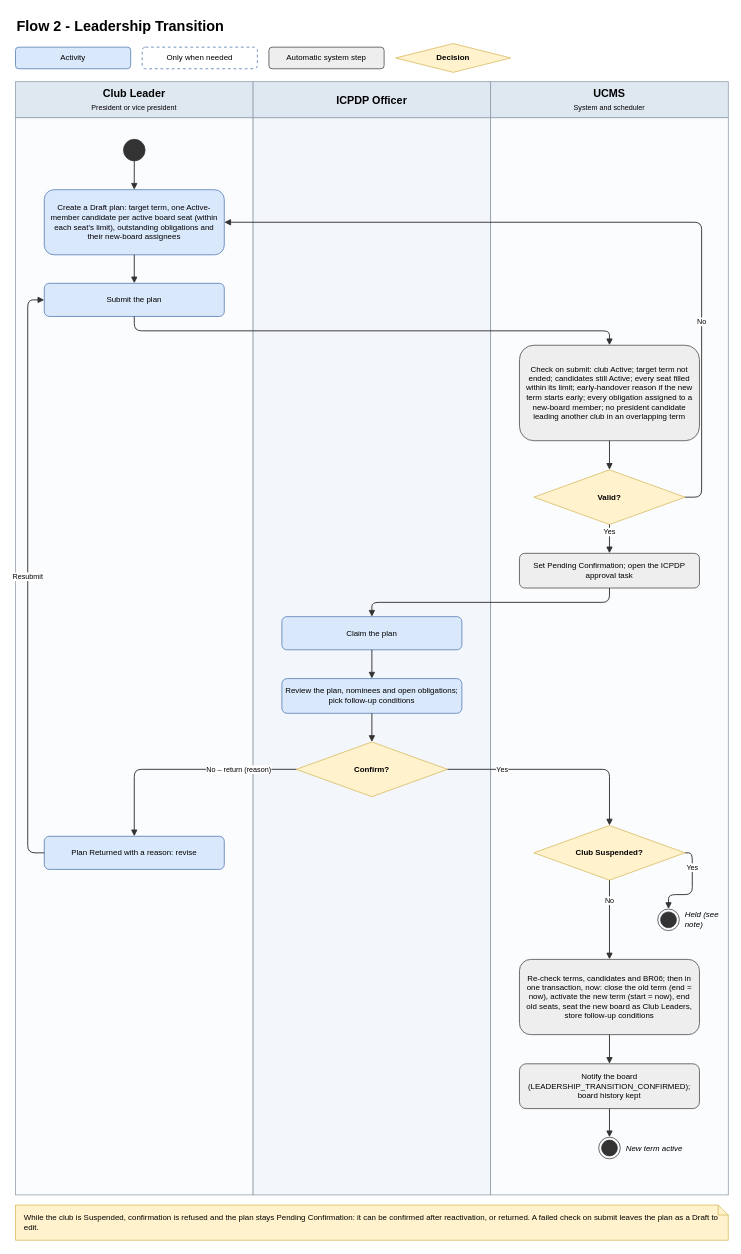
nvdekay/ClubManagementSystem keeps this draw.io diagram as page "02 Leadership Transition" (2 of 14) of docs/03-diagrams/UCMS_Swimlane_Flows.drawio. Above is the earlier version. Source tidied: cells renumbered, new cells numbered last; positions are measured from the earlier drawing's top-left corner, leaving out a move shared by most shapes. Both pictures are drawn from the tidied source at 72%, with x=0, y=0 at pixel (15, 12).
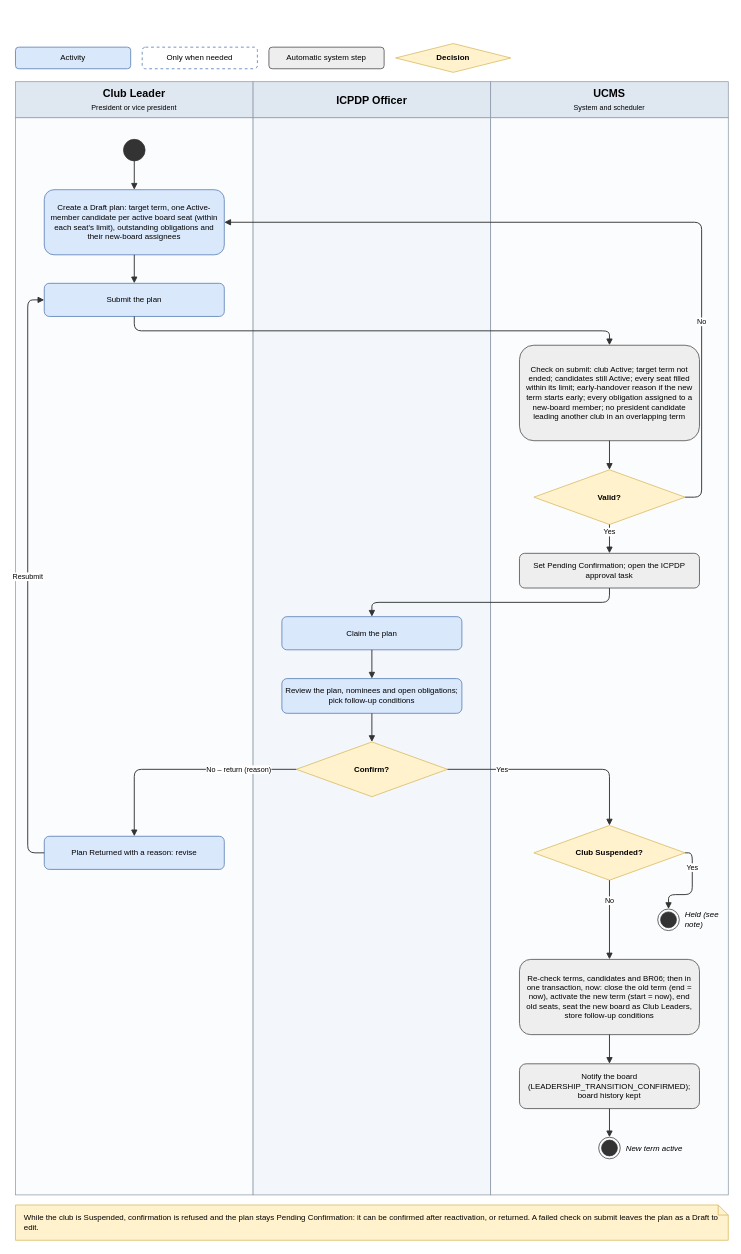
After the change.

Diff of the diagram source:
```diff
@@
-    <mxCell id="2" value="Flow 2 - Leadership Transition" style="text;html=1;align=left;verticalAlign=middle;fontSize=20;fontStyle=1;" parent="1" vertex="1">
-      <mxGeometry width="990" height="36" as="geometry" />
-    </mxCell>
```
